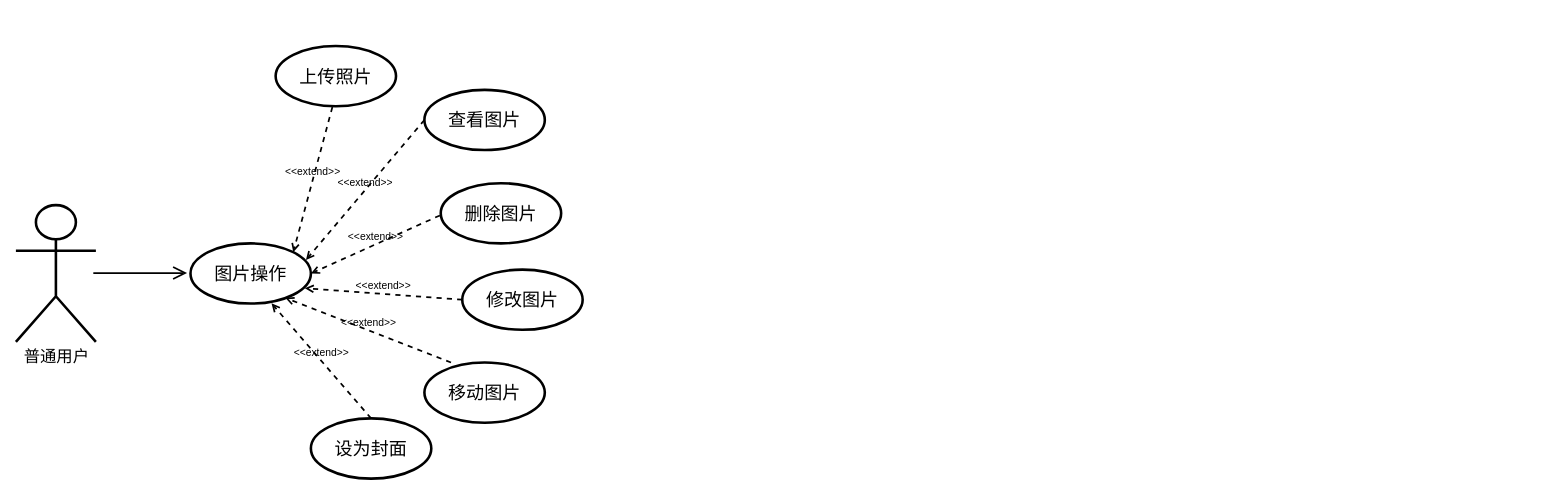
IRiDecenT/graph keeps this draw.io diagram as page "第 2 页" (2 of 4) of 相册管理.drawio. Above is the earlier version. Source tidied: cells renumbered, new cells numbered last; positions are measured from the earlier drawing's top-left corner, leaving out a move shared by most shapes. Both pictures are drawn from the tidied source at 86%, with x=0, y=0 at pixel (15, 46).
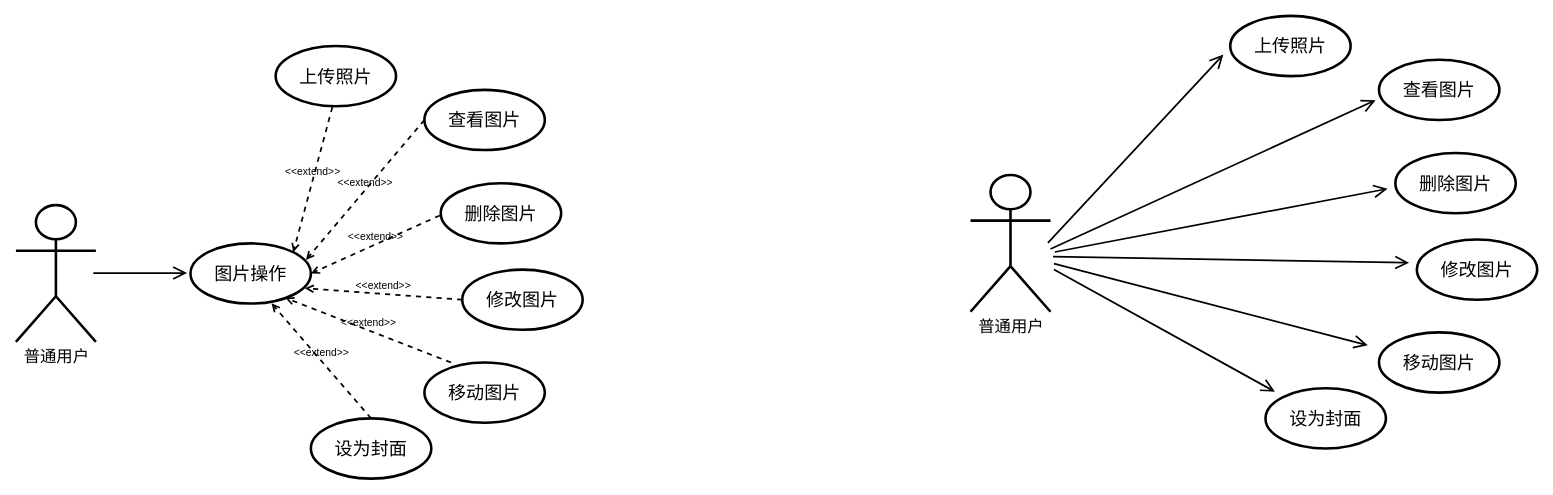
Above is the later version.

Diff of the diagram source:
```diff
@@
+    <mxCell id="17" value="&lt;font style=&quot;font-size: 19px;&quot;&gt;普通用户&lt;/font&gt;" style="shape=umlActor;verticalLabelPosition=bottom;verticalAlign=top;html=1;strokeWidth=3;" parent="1" vertex="1">
+      <mxGeometry x="1110" y="150" width="93" height="159" as="geometry" />
+    </mxCell>
+    <mxCell id="18" style="endArrow=open;endFill=1;endSize=12;html=1;rounded=0;strokeWidth=2;" parent="1" edge="1">
+      <mxGeometry relative="1" as="geometry">
+        <mxPoint x="1200" y="229" as="sourcePoint" />
+        <mxPoint x="1404" y="10" as="targetPoint" />
+      </mxGeometry>
+    </mxCell>
+    <mxCell id="19" value="&lt;span style=&quot;font-size: 21px;&quot;&gt;上传照片&lt;/span&gt;" style="ellipse;whiteSpace=wrap;html=1;strokeWidth=3;" parent="1" vertex="1">
+      <mxGeometry x="1412" y="-35" width="140" height="70" as="geometry" />
+    </mxCell>
+    <mxCell id="20" value="&lt;span style=&quot;font-size: 21px;&quot;&gt;查看图片&lt;/span&gt;" style="ellipse;whiteSpace=wrap;html=1;strokeWidth=3;" parent="1" vertex="1">
+      <mxGeometry x="1585" y="16" width="140" height="70" as="geometry" />
+    </mxCell>
+    <mxCell id="21" value="&lt;span style=&quot;font-size: 21px;&quot;&gt;修改图片&lt;/span&gt;" style="ellipse;whiteSpace=wrap;html=1;strokeWidth=3;" parent="1" vertex="1">
+      <mxGeometry x="1629" y="225" width="140" height="70" as="geometry" />
+    </mxCell>
+    <mxCell id="22" value="&lt;span style=&quot;font-size: 21px;&quot;&gt;移动图片&lt;/span&gt;" style="ellipse;whiteSpace=wrap;html=1;strokeWidth=3;" parent="1" vertex="1">
+      <mxGeometry x="1585" y="333" width="140" height="70" as="geometry" />
+    </mxCell>
+    <mxCell id="23" value="&lt;span style=&quot;font-size: 21px;&quot;&gt;删除图片&lt;/span&gt;" style="ellipse;whiteSpace=wrap;html=1;strokeWidth=3;" parent="1" vertex="1">
+      <mxGeometry x="1604" y="124.5" width="140" height="70" as="geometry" />
+    </mxCell>
+    <mxCell id="24" value="&lt;span style=&quot;font-size: 21px;&quot;&gt;设为封面&lt;/span&gt;" style="ellipse;whiteSpace=wrap;html=1;strokeWidth=3;" parent="1" vertex="1">
+      <mxGeometry x="1453" y="398" width="140" height="70" as="geometry" />
+    </mxCell>
+    <mxCell id="25" style="endArrow=open;endFill=1;endSize=12;html=1;rounded=0;strokeWidth=2;" parent="1" edge="1">
+      <mxGeometry relative="1" as="geometry">
+        <mxPoint x="1203" y="236" as="sourcePoint" />
+        <mxPoint x="1581" y="63" as="targetPoint" />
+      </mxGeometry>
+    </mxCell>
+    <mxCell id="26" style="endArrow=open;endFill=1;endSize=12;html=1;rounded=0;strokeWidth=2;" parent="1" edge="1">
+      <mxGeometry relative="1" as="geometry">
+        <mxPoint x="1208" y="239.5" as="sourcePoint" />
+        <mxPoint x="1595" y="166" as="targetPoint" />
+      </mxGeometry>
+    </mxCell>
+    <mxCell id="27" style="endArrow=open;endFill=1;endSize=12;html=1;rounded=0;strokeWidth=2;" parent="1" edge="1">
+      <mxGeometry relative="1" as="geometry">
+        <mxPoint x="1206" y="245" as="sourcePoint" />
+        <mxPoint x="1620" y="252" as="targetPoint" />
+      </mxGeometry>
+    </mxCell>
+    <mxCell id="28" style="endArrow=open;endFill=1;endSize=12;html=1;rounded=0;strokeWidth=2;" parent="1" edge="1">
+      <mxGeometry relative="1" as="geometry">
+        <mxPoint x="1207" y="253" as="sourcePoint" />
+        <mxPoint x="1572" y="348" as="targetPoint" />
+      </mxGeometry>
+    </mxCell>
+    <mxCell id="29" style="endArrow=open;endFill=1;endSize=12;html=1;rounded=0;strokeWidth=2;" parent="1" edge="1">
+      <mxGeometry relative="1" as="geometry">
+        <mxPoint x="1207" y="260" as="sourcePoint" />
+        <mxPoint x="1464" y="402" as="targetPoint" />
+      </mxGeometry>
+    </mxCell>
```
